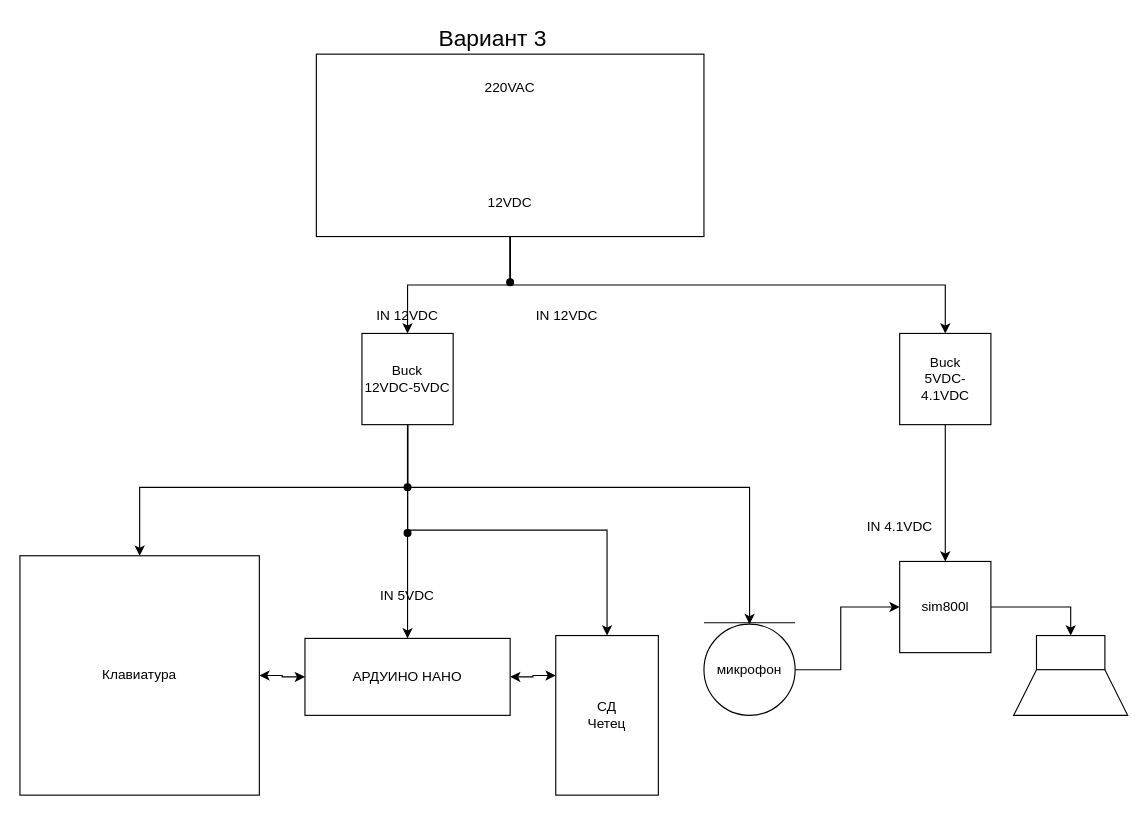
This is Block_Diagrams/Power_Supply/power supply periphery.drawio from DanielDimitrov123/Smart-Domophone, a draw.io file, before an edit. Source tidied: cells renumbered, new cells numbered last; positions are measured from the earlier drawing's top-left corner, leaving out a move shared by most shapes. Both pictures are drawn from the tidied source at 114%, with x=0, y=0 at pixel (19, 19).
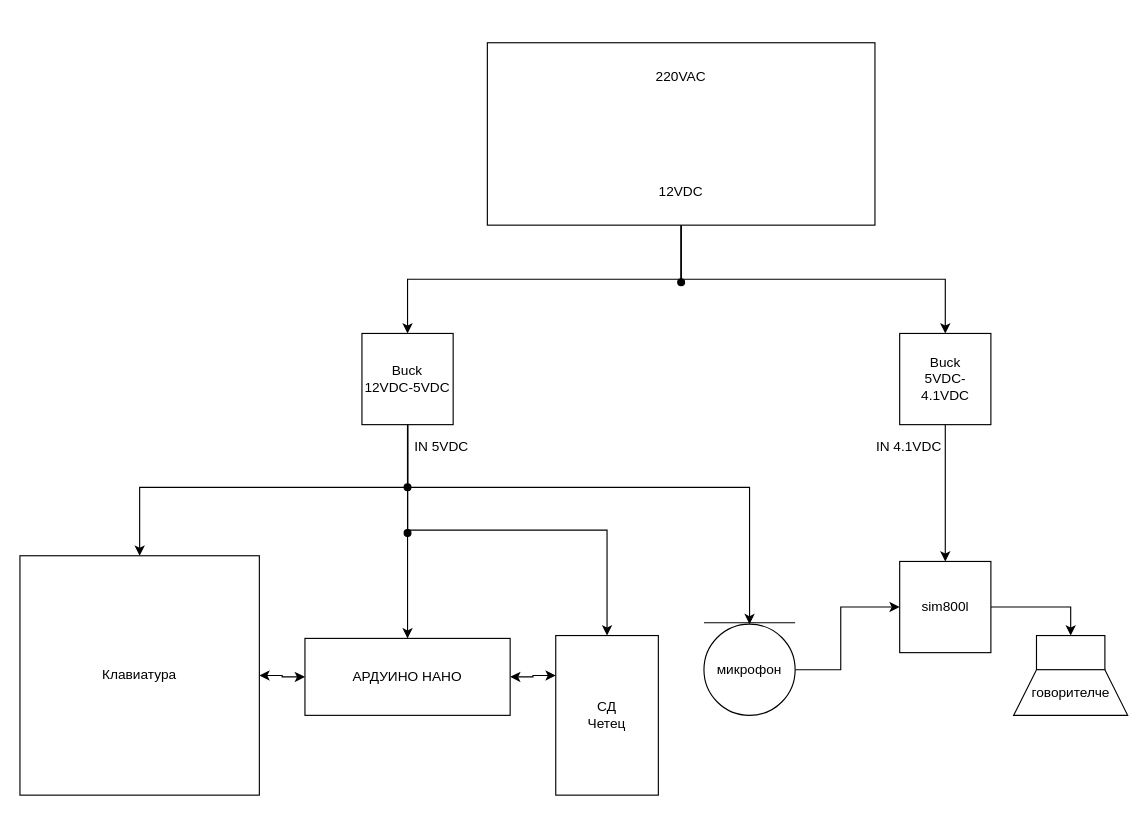
Above is the later version.

What changed in the source:
```diff
@@
     <mxCell id="15" value="IN 4.1VDC" style="text;html=1;align=center;verticalAlign=middle;whiteSpace=wrap;rounded=0;" parent="1" vertex="1">
-      <mxGeometry x="741.7" y="430" width="60" height="30" as="geometry" />
+      <mxGeometry x="750" y="360" width="60" height="30" as="geometry" />
     </mxCell>
     <mxCell id="16" value="IN 5VDC" style="text;html=1;align=center;verticalAlign=middle;whiteSpace=wrap;rounded=0;" parent="1" vertex="1">
-      <mxGeometry x="310" y="490" width="60" height="30" as="geometry" />
+      <mxGeometry x="340" y="360" width="60" height="30" as="geometry" />
     </mxCell>
-    <mxCell id="17" value="IN 12VDC" style="text;html=1;align=center;verticalAlign=middle;whiteSpace=wrap;rounded=0;" parent="1" vertex="1">
-      <mxGeometry x="310" y="245" width="60" height="30" as="geometry" />
-    </mxCell>
-    <mxCell id="18" value="IN 12VDC" style="text;html=1;align=center;verticalAlign=middle;whiteSpace=wrap;rounded=0;" parent="1" vertex="1">
-      <mxGeometry x="450" y="245" width="60" height="30" as="geometry" />
-    </mxCell>
@@
     <mxCell id="21" style="edgeStyle=orthogonalEdgeStyle;rounded=0;jettySize=auto;html=1;exitX=1;exitY=0.5;exitDx=0;exitDy=0;endArrow=oval;endFill=1;" parent="1" edge="1" source="22">
       <mxGeometry relative="1" as="geometry">
-        <mxPoint x="430" y="230" as="targetPoint" />
+        <mxPoint x="580" y="230" as="targetPoint" />
+        <Array as="points">
+          <mxPoint x="580" y="230" />
+        </Array>
       </mxGeometry>
     </mxCell>
     <mxCell id="22" value="&lt;div&gt;220VAC&lt;/div&gt;&lt;div&gt;&lt;br&gt;&lt;/div&gt;&lt;div&gt;&lt;br&gt;&lt;/div&gt;&lt;div&gt;&lt;br&gt;&lt;/div&gt;&lt;div&gt;&lt;br&gt;&lt;/div&gt;&lt;div&gt;&lt;br&gt;&lt;/div&gt;&lt;div&gt;&lt;br&gt;&lt;/div&gt;&lt;div&gt;12VDC&lt;/div&gt;" style="rounded=0;whiteSpace=wrap;html=1;direction=south;" parent="1" vertex="1">
-      <mxGeometry x="260" y="30" width="340" height="160" as="geometry" />
+      <mxGeometry x="410" y="20" width="340" height="160" as="geometry" />
     </mxCell>
-    <mxCell id="23" value="&lt;font style=&quot;font-size: 20px;&quot;&gt;Вариант 3&lt;/font&gt;" style="text;html=1;align=center;verticalAlign=middle;whiteSpace=wrap;rounded=0;" parent="1" vertex="1">
-      <mxGeometry x="350" width="130" height="30" as="geometry" />
-    </mxCell>
@@
-    <mxCell id="30" style="shape=trapezoid;perimeter=trapezoidPerimeter;whiteSpace=wrap;html=1;fixedSize=1;" parent="1" vertex="1">
+    <mxCell id="30" value="говорителче" style="shape=trapezoid;perimeter=trapezoidPerimeter;whiteSpace=wrap;html=1;fixedSize=1;" parent="1" vertex="1">
       <mxGeometry x="871.7" y="570" width="100" height="40" as="geometry" />
     </mxCell>
```
